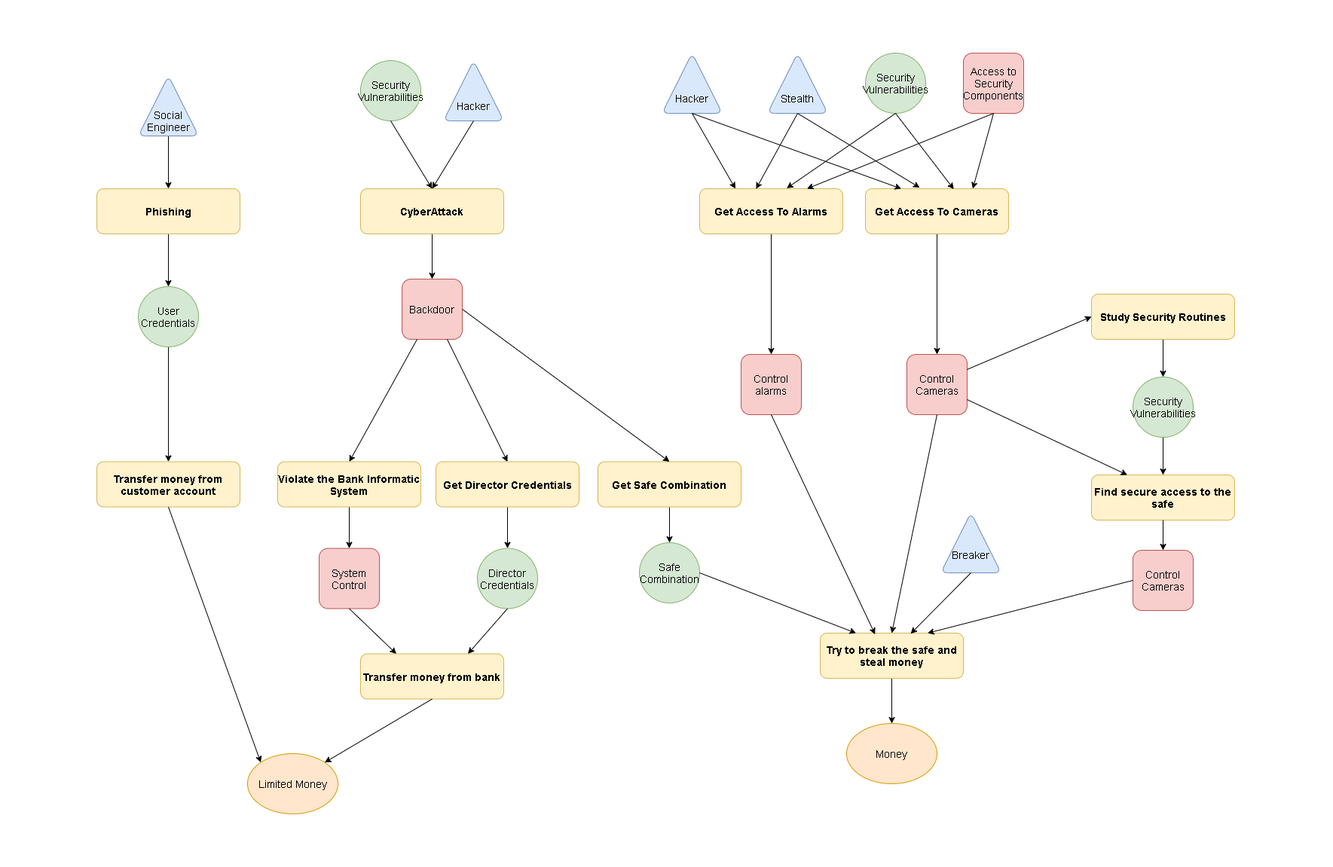
BarsantiNicola/BankRobbery keeps this draw.io diagram as documentazione/AttaccoGenerico.png. Above is the earlier version. Source tidied: cells renumbered, new cells last; positions are measured from the earlier drawing's top-left corner, leaving out a move shared by most shapes.
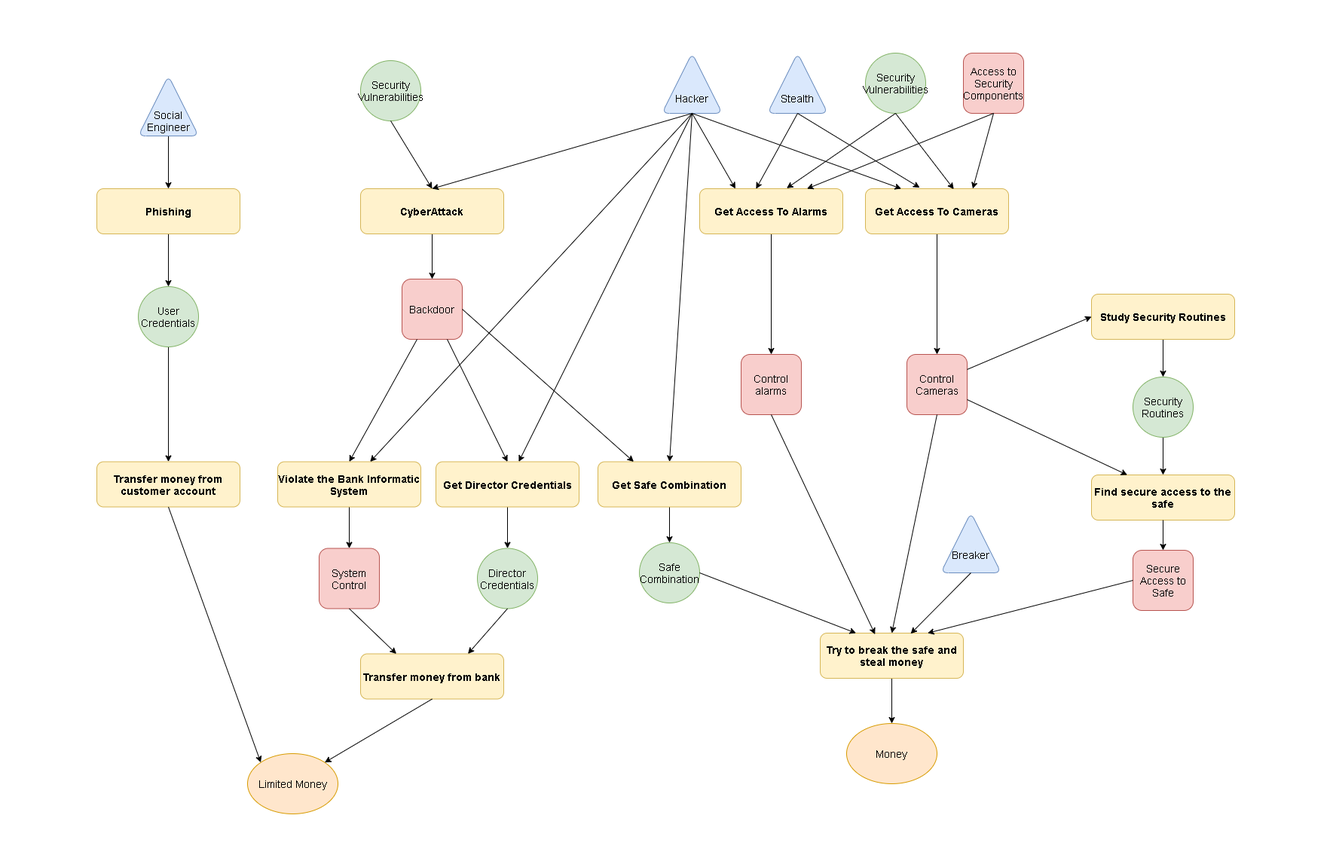
After the commit.

The edit, as a diff of the source:
```diff
@@ -71,13 +71,13 @@
     <mxCell id="24" style="edgeStyle=orthogonalEdgeStyle;rounded=0;jettySize=auto;html=1;exitX=0.5;exitY=1;exitDx=0;exitDy=0;entryX=0.5;entryY=0;entryDx=0;entryDy=0;strokeWidth=1;fontSize=8;" parent="1" edge="1" source="25" target="26">
       <mxGeometry relative="1" as="geometry" />
     </mxCell>
-    <mxCell id="25" value="&lt;font style=&quot;font-size: 9px&quot;&gt;Security Vulnerabilities&lt;/font&gt;" style="ellipse;whiteSpace=wrap;html=1;rounded=1;fillColor=#d5e8d4;strokeColor=#82b366;" parent="1" vertex="1">
+    <mxCell id="25" value="&lt;font style=&quot;font-size: 9px&quot;&gt;Security Routines&lt;/font&gt;" style="ellipse;whiteSpace=wrap;html=1;rounded=1;fillColor=#d5e8d4;strokeColor=#82b366;" parent="1" vertex="1">
       <mxGeometry x="1503" y="500" width="80" height="80" as="geometry" />
     </mxCell>
     <mxCell id="26" value="&lt;b&gt;Find secure access to the safe&lt;/b&gt;" style="rounded=1;whiteSpace=wrap;html=1;fillColor=#fff2cc;strokeColor=#d6b656;" parent="1" vertex="1">
       <mxGeometry x="1448" y="630" width="190" height="60" as="geometry" />
     </mxCell>
-    <mxCell id="27" value="Control Cameras" style="whiteSpace=wrap;html=1;rounded=1;fillColor=#f8cecc;strokeColor=#b85450;" parent="1" vertex="1">
+    <mxCell id="27" value="Secure Access to Safe" style="whiteSpace=wrap;html=1;rounded=1;fillColor=#f8cecc;strokeColor=#b85450;" parent="1" vertex="1">
       <mxGeometry x="1503" y="730" width="80" height="80" as="geometry" />
     </mxCell>
     <mxCell id="28" style="edgeStyle=orthogonalEdgeStyle;rounded=0;jettySize=auto;html=1;exitX=0.5;exitY=1;exitDx=0;exitDy=0;entryX=0.5;entryY=0;entryDx=0;entryDy=0;strokeWidth=1;fontSize=8;" parent="1" edge="1" source="29" target="30">
@@ -128,12 +128,6 @@
     <mxCell id="43" value="&lt;b&gt;CyberAttack&lt;/b&gt;" style="rounded=1;whiteSpace=wrap;html=1;fillColor=#fff2cc;strokeColor=#d6b656;" parent="1" vertex="1">
       <mxGeometry x="478" y="250" width="190" height="60" as="geometry" />
     </mxCell>
-    <mxCell id="44" style="triangle;whiteSpace=wrap;html=1;direction=north;fillColor=#dae8fc;strokeColor=#6c8ebf;rounded=1;" parent="1" vertex="1">
-      <mxGeometry x="588" y="80" width="80" height="80" as="geometry" />
-    </mxCell>
-    <mxCell id="45" value="Hacker" style="text;html=1;strokeColor=none;fillColor=none;align=center;verticalAlign=middle;whiteSpace=wrap;rounded=0;" parent="1" vertex="1">
-      <mxGeometry x="588" y="130" width="80" height="20" as="geometry" />
-    </mxCell>
     <mxCell id="46" style="edgeStyle=orthogonalEdgeStyle;rounded=0;jettySize=auto;html=1;exitX=0;exitY=0.5;exitDx=0;exitDy=0;entryX=0.5;entryY=0;entryDx=0;entryDy=0;strokeWidth=1;fontSize=8;" parent="1" edge="1" source="47" target="55">
       <mxGeometry relative="1" as="geometry" />
     </mxCell>
@@ -206,7 +200,7 @@
     <mxCell id="69" value="&lt;font style=&quot;font-size: 9px&quot;&gt;Security Vulnerabilities&lt;/font&gt;" style="ellipse;whiteSpace=wrap;html=1;rounded=1;fillColor=#d5e8d4;strokeColor=#82b366;" parent="1" vertex="1">
       <mxGeometry x="478" y="80" width="80" height="80" as="geometry" />
     </mxCell>
-    <mxCell id="70" style="endArrow=classic;html=1;strokeWidth=1;fontSize=8;exitX=0;exitY=0.5;exitDx=0;exitDy=0;entryX=0.5;entryY=0;entryDx=0;entryDy=0;" parent="1" edge="1" source="44" target="43">
+    <mxCell id="70" style="endArrow=classic;html=1;strokeWidth=1;fontSize=8;exitX=0;exitY=0.5;exitDx=0;exitDy=0;entryX=0.5;entryY=0;entryDx=0;entryDy=0;" parent="1" edge="1" source="2" target="43">
       <mxGeometry relative="1" as="geometry" />
     </mxCell>
     <mxCell id="71" style="endArrow=classic;html=1;strokeWidth=1;fontSize=8;exitX=0.5;exitY=1;exitDx=0;exitDy=0;entryX=0.5;entryY=0;entryDx=0;entryDy=0;" parent="1" edge="1" source="69" target="43">
@@ -233,8 +227,23 @@
     <mxCell id="78" style="rounded=0;whiteSpace=wrap;html=1;fontSize=8;strokeColor=none;" parent="1" vertex="1">
       <mxGeometry x="348" y="1090" width="120" height="60" as="geometry" />
     </mxCell>
-    <mxCell id="79" style="endArrow=classic;html=1;strokeWidth=1;fontSize=8;exitX=1;exitY=0.5;exitDx=0;exitDy=0;entryX=0.5;entryY=0;entryDx=0;entryDy=0;" parent="1" edge="1" source="49" target="73">
+    <mxCell id="79" style="endArrow=classic;html=1;strokeWidth=1;fontSize=8;exitX=1;exitY=0.5;exitDx=0;exitDy=0;entryX=0.25;entryY=0;entryDx=0;entryDy=0;" parent="1" edge="1" source="49" target="73">
       <mxGeometry relative="1" as="geometry" />
     </mxCell>
+    <mxCell id="80" style="endArrow=classic;html=1;" parent="1" edge="1" target="51">
+      <mxGeometry relative="1" as="geometry">
+        <mxPoint x="918" y="150" as="sourcePoint" />
+      </mxGeometry>
+    </mxCell>
+    <mxCell id="81" style="endArrow=classic;html=1;" parent="1" edge="1" target="53">
+      <mxGeometry relative="1" as="geometry">
+        <mxPoint x="918" y="150" as="sourcePoint" />
+      </mxGeometry>
+    </mxCell>
+    <mxCell id="82" style="endArrow=classic;html=1;entryX=0.5;entryY=0;entryDx=0;entryDy=0;" parent="1" edge="1" target="73">
+      <mxGeometry relative="1" as="geometry">
+        <mxPoint x="918" y="150" as="sourcePoint" />
+      </mxGeometry>
+    </mxCell>
   </root>
 </mxGraphModel>
```
